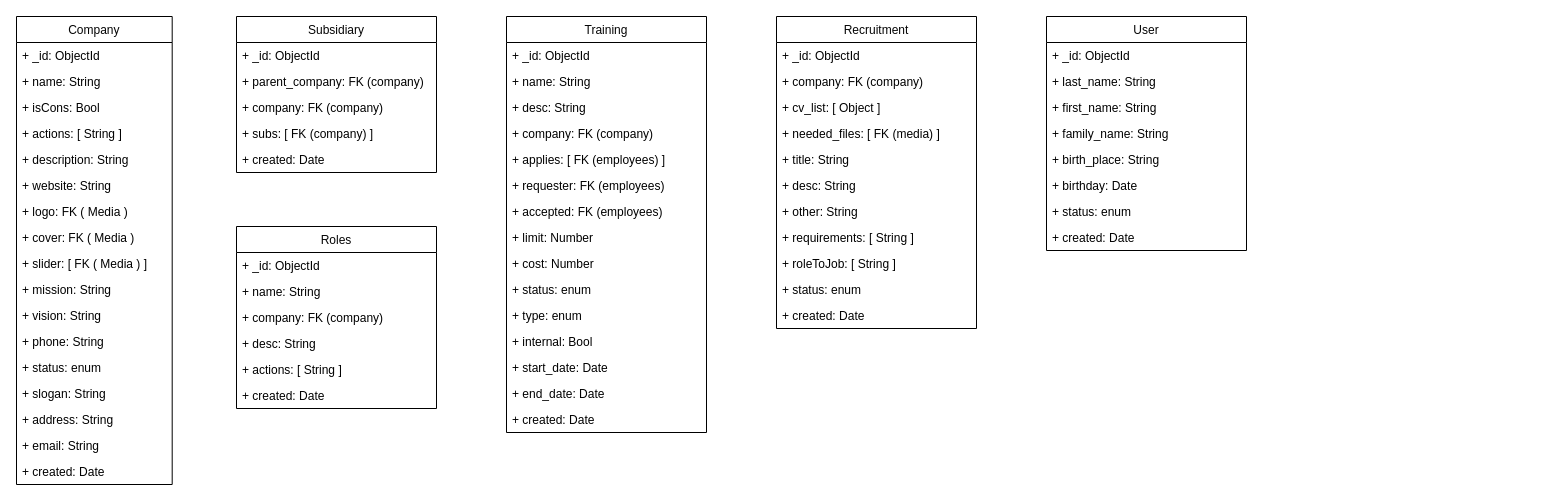
Above: page "tables" (2 of 2) of hrx.drawio in dashka0212/drawio (draw.io), before the change. Source tidied: cells renumbered, new cells numbered last; positions are measured from the earlier drawing's top-left corner, leaving out a move shared by most shapes. Both pictures are drawn from the tidied source at 100%, with x=0, y=0 at pixel (16, 16).
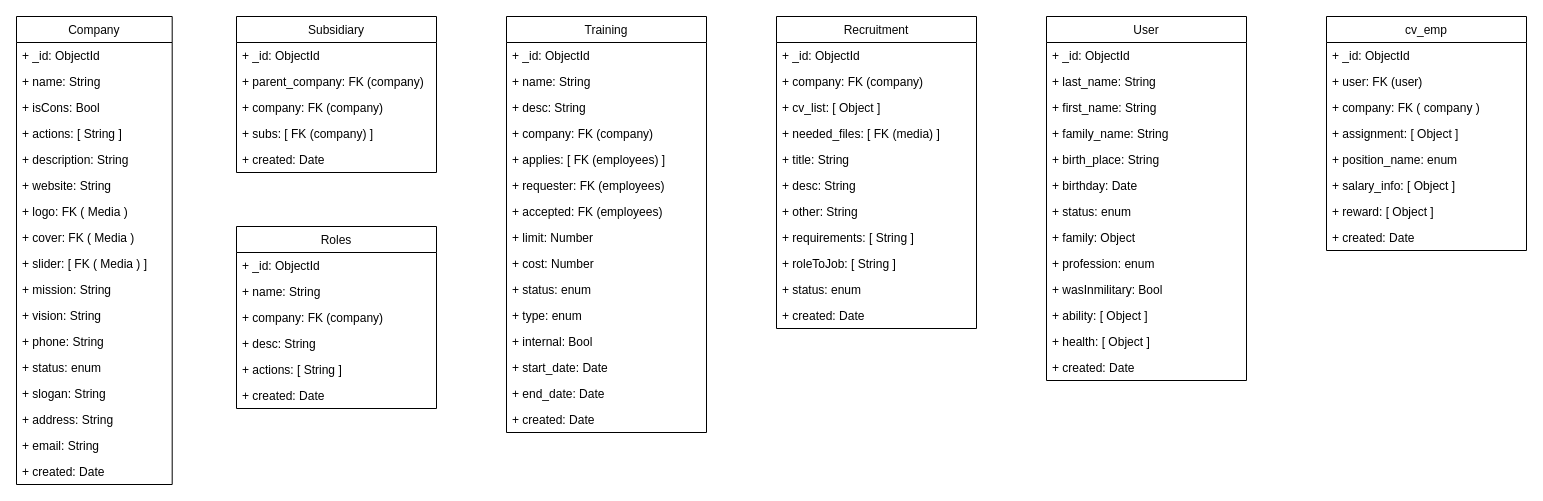
The same page after the edit.

Diff of the diagram source:
```diff
@@
     <mxCell id="61" value="User" style="swimlane;fontStyle=0;horizontal=1;startSize=26;fillColor=#FFFFFF;fontColor=#050505;" parent="1" vertex="1">
-      <mxGeometry x="1030" width="200" height="234" as="geometry" />
+      <mxGeometry x="1030" width="200" height="364" as="geometry" />
     </mxCell>
@@
+    <mxCell id="70" value="+ family: Object" style="text;strokeColor=none;fillColor=none;align=left;verticalAlign=top;spacingLeft=4;spacingRight=4;overflow=hidden;" parent="61" vertex="1">
+      <mxGeometry y="208" width="200" height="26" as="geometry" />
+    </mxCell>
+    <mxCell id="71" value="+ profession: enum" style="text;strokeColor=none;fillColor=none;align=left;verticalAlign=top;spacingLeft=4;spacingRight=4;overflow=hidden;" parent="61" vertex="1">
+      <mxGeometry y="234" width="200" height="26" as="geometry" />
+    </mxCell>
+    <mxCell id="72" value="+ wasInmilitary: Bool" style="text;strokeColor=none;fillColor=none;align=left;verticalAlign=top;spacingLeft=4;spacingRight=4;overflow=hidden;" parent="61" vertex="1">
+      <mxGeometry y="260" width="200" height="26" as="geometry" />
+    </mxCell>
+    <mxCell id="73" value="+ ability: [ Object ]" style="text;strokeColor=none;fillColor=none;align=left;verticalAlign=top;spacingLeft=4;spacingRight=4;overflow=hidden;" parent="61" vertex="1">
+      <mxGeometry y="286" width="200" height="26" as="geometry" />
+    </mxCell>
+    <mxCell id="74" value="+ health: [ Object ]" style="text;strokeColor=none;fillColor=none;align=left;verticalAlign=top;spacingLeft=4;spacingRight=4;overflow=hidden;" parent="61" vertex="1">
+      <mxGeometry y="312" width="200" height="26" as="geometry" />
+    </mxCell>
     <mxCell id="69" value="+ created: Date" style="text;strokeColor=none;fillColor=none;align=left;verticalAlign=top;spacingLeft=4;spacingRight=4;overflow=hidden;" parent="61" vertex="1">
-      <mxGeometry y="208" width="200" height="26" as="geometry" />
+      <mxGeometry y="338" width="200" height="26" as="geometry" />
     </mxCell>
+    <mxCell id="75" value="cv_emp" style="swimlane;fontStyle=0;horizontal=1;startSize=26;fillColor=#FFFFFF;fontColor=#050505;" parent="1" vertex="1">
+      <mxGeometry x="1310" width="200" height="234" as="geometry" />
+    </mxCell>
+    <mxCell id="76" value="+ _id: ObjectId" style="text;strokeColor=none;fillColor=none;align=left;verticalAlign=top;spacingLeft=4;spacingRight=4;overflow=hidden;" parent="75" vertex="1">
+      <mxGeometry y="26" width="200" height="26" as="geometry" />
+    </mxCell>
+    <mxCell id="77" value="+ user: FK (user)" style="text;strokeColor=none;fillColor=none;align=left;verticalAlign=top;spacingLeft=4;spacingRight=4;overflow=hidden;" parent="75" vertex="1">
+      <mxGeometry y="52" width="200" height="26" as="geometry" />
+    </mxCell>
+    <mxCell id="78" value="+ company: FK ( company )" style="text;strokeColor=none;fillColor=none;align=left;verticalAlign=top;spacingLeft=4;spacingRight=4;overflow=hidden;" parent="75" vertex="1">
+      <mxGeometry y="78" width="200" height="26" as="geometry" />
+    </mxCell>
+    <mxCell id="79" value="+ assignment: [ Object ]" style="text;strokeColor=none;fillColor=none;align=left;verticalAlign=top;spacingLeft=4;spacingRight=4;overflow=hidden;" parent="75" vertex="1">
+      <mxGeometry y="104" width="200" height="26" as="geometry" />
+    </mxCell>
+    <mxCell id="80" value="+ position_name: enum" style="text;strokeColor=none;fillColor=none;align=left;verticalAlign=top;spacingLeft=4;spacingRight=4;overflow=hidden;" parent="75" vertex="1">
+      <mxGeometry y="130" width="200" height="26" as="geometry" />
+    </mxCell>
+    <mxCell id="81" value="+ salary_info: [ Object ]" style="text;strokeColor=none;fillColor=none;align=left;verticalAlign=top;spacingLeft=4;spacingRight=4;overflow=hidden;" parent="75" vertex="1">
+      <mxGeometry y="156" width="200" height="26" as="geometry" />
+    </mxCell>
+    <mxCell id="82" value="+ reward: [ Object ]" style="text;strokeColor=none;fillColor=none;align=left;verticalAlign=top;spacingLeft=4;spacingRight=4;overflow=hidden;" parent="75" vertex="1">
+      <mxGeometry y="182" width="200" height="26" as="geometry" />
+    </mxCell>
+    <mxCell id="83" value="+ created: Date" style="text;strokeColor=none;fillColor=none;align=left;verticalAlign=top;spacingLeft=4;spacingRight=4;overflow=hidden;" parent="75" vertex="1">
+      <mxGeometry y="208" width="200" height="26" as="geometry" />
+    </mxCell>
```
